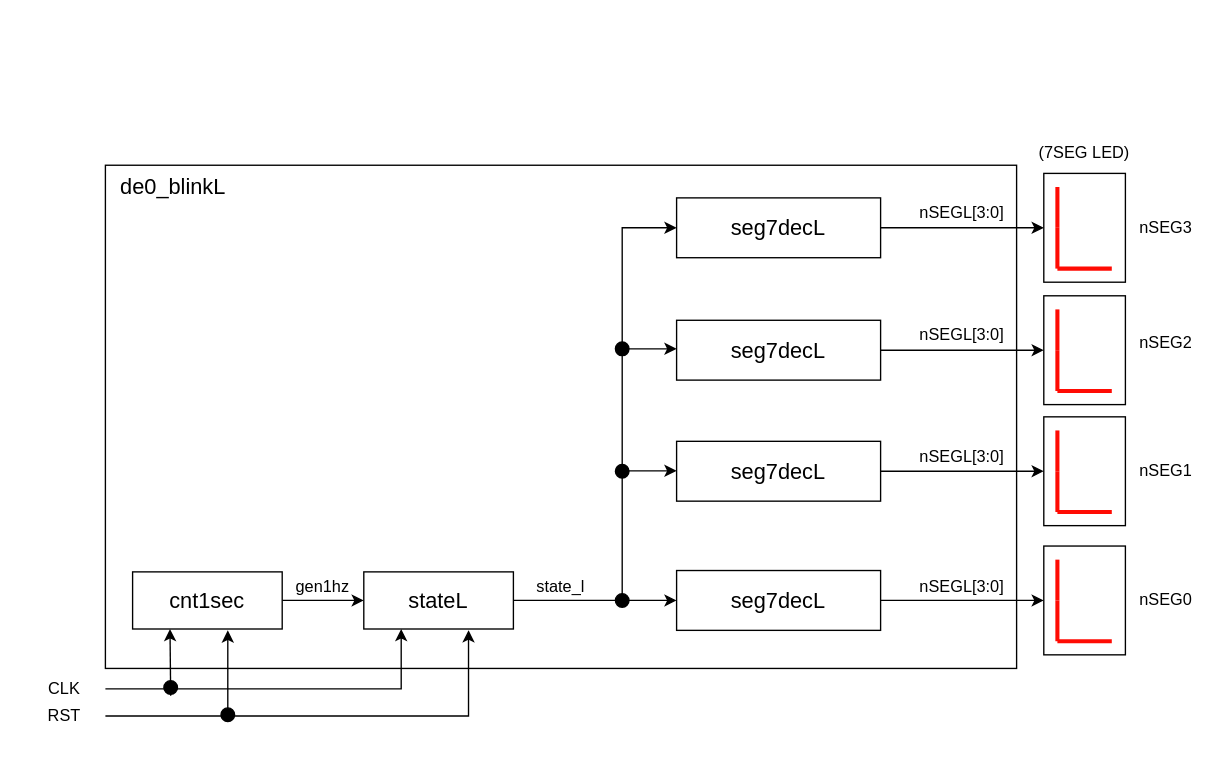
This is doc/de0_blinkL.drawio from yukinagata3184/de0_blinkL, a draw.io file, before an edit. Source tidied: cells renumbered, new cells numbered last; positions are measured from the earlier drawing's top-left corner, leaving out a move shared by most shapes. Both pictures are drawn from the tidied source at 136%, with x=0, y=0 at pixel (23, 132).
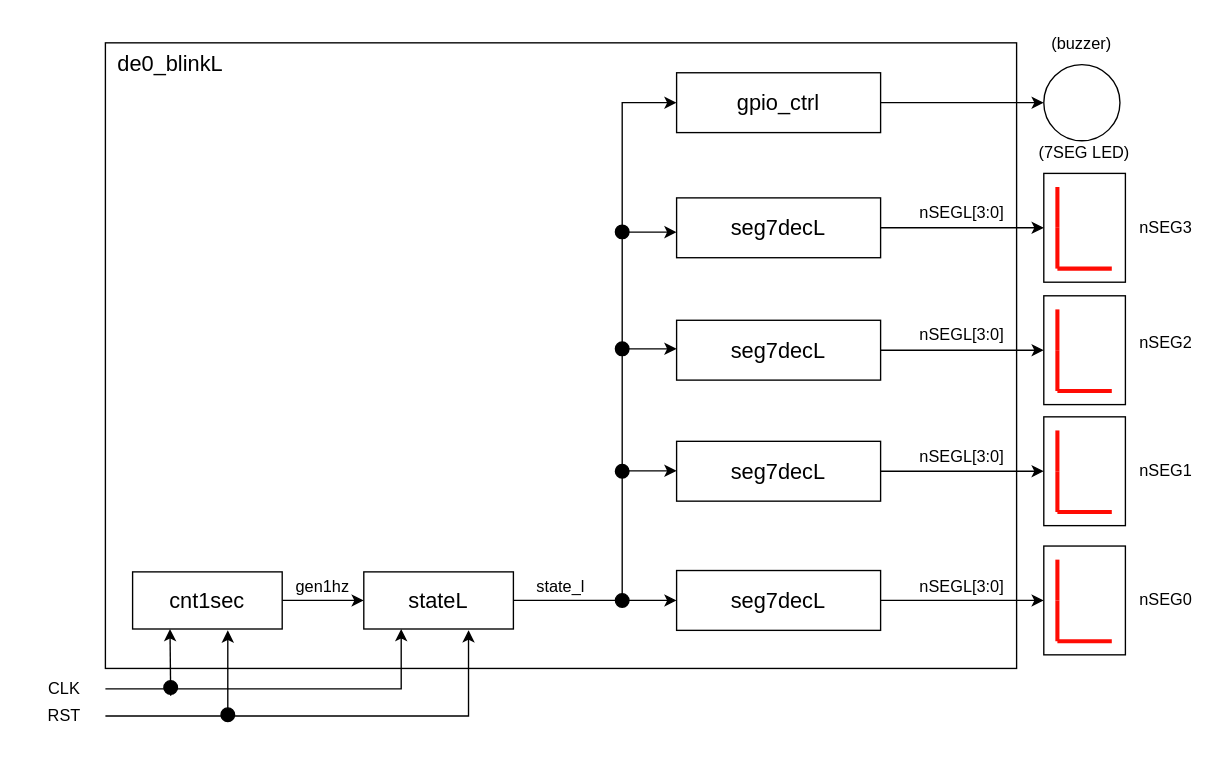
The same page after the edit.

Commit message (it also covers changes not shown here):
#17 [Add] block diagram to gpio_ctrl module.

What changed in the source:
```diff
@@
     <mxCell id="2" value="&lt;div style=&quot;text-align: left;&quot;&gt;&lt;br&gt;&lt;/div&gt;" style="rounded=0;whiteSpace=wrap;html=1;" parent="1" vertex="1">
-      <mxGeometry x="60" y="24" width="670" height="370" as="geometry" />
+      <mxGeometry x="60" y="-66" width="670" height="460" as="geometry" />
     </mxCell>
@@
     <mxCell id="37" value="&lt;font style=&quot;font-size: 16px;&quot;&gt;de0_blinkL&lt;/font&gt;" style="text;html=1;strokeColor=none;fillColor=none;align=center;verticalAlign=middle;whiteSpace=wrap;rounded=0;" parent="1" vertex="1">
-      <mxGeometry x="80" y="25" width="60" height="30" as="geometry" />
+      <mxGeometry x="78" y="-66" width="60" height="30" as="geometry" />
     </mxCell>
@@
-    <mxCell id="46" style="endArrow=classic;html=1;rounded=0;exitX=0.5;exitY=0;exitDx=0;exitDy=0;" parent="1" edge="1">
+    <mxCell id="46" style="endArrow=classic;html=1;rounded=0;exitX=0.5;exitY=0;exitDx=0;exitDy=0;entryX=0;entryY=0.5;entryDx=0;entryDy=0;" parent="1" edge="1" target="62">
       <mxGeometry relative="1" as="geometry">
         <mxPoint x="440" y="339" as="sourcePoint" />
-        <mxPoint x="480" y="70" as="targetPoint" />
         <Array as="points">
-          <mxPoint x="440" y="70" />
+          <mxPoint x="440" y="-22" />
         </Array>
       </mxGeometry>
     </mxCell>
@@
+    <mxCell id="61" style="edgeStyle=orthogonalEdgeStyle;rounded=0;jettySize=auto;html=1;exitX=1;exitY=0.5;exitDx=0;exitDy=0;entryX=0;entryY=0.5;entryDx=0;entryDy=0;" parent="1" edge="1" source="62" target="65">
+      <mxGeometry relative="1" as="geometry" />
+    </mxCell>
+    <mxCell id="62" value="&lt;span style=&quot;font-size: 16px;&quot;&gt;gpio_ctrl&lt;/span&gt;" style="rounded=0;whiteSpace=wrap;html=1;" parent="1" vertex="1">
+      <mxGeometry x="480" y="-44" width="150" height="44" as="geometry" />
+    </mxCell>
+    <mxCell id="63" style="endArrow=classic;html=1;rounded=0;" parent="1" edge="1">
+      <mxGeometry relative="1" as="geometry">
+        <mxPoint x="440" y="73.2" as="sourcePoint" />
+        <mxPoint x="480" y="73.2" as="targetPoint" />
+      </mxGeometry>
+    </mxCell>
+    <mxCell id="64" style="ellipse;whiteSpace=wrap;html=1;fillColor=#000000;" parent="1" vertex="1">
+      <mxGeometry x="435" y="68" width="10" height="10" as="geometry" />
+    </mxCell>
+    <mxCell id="65" style="ellipse;whiteSpace=wrap;html=1;" parent="1" vertex="1">
+      <mxGeometry x="750" y="-50" width="56" height="56" as="geometry" />
+    </mxCell>
+    <mxCell id="66" value="(buzzer)" style="text;html=1;strokeColor=none;fillColor=none;align=center;verticalAlign=middle;whiteSpace=wrap;rounded=0;" parent="1" vertex="1">
+      <mxGeometry x="743" y="-80" width="70" height="30" as="geometry" />
+    </mxCell>
```
